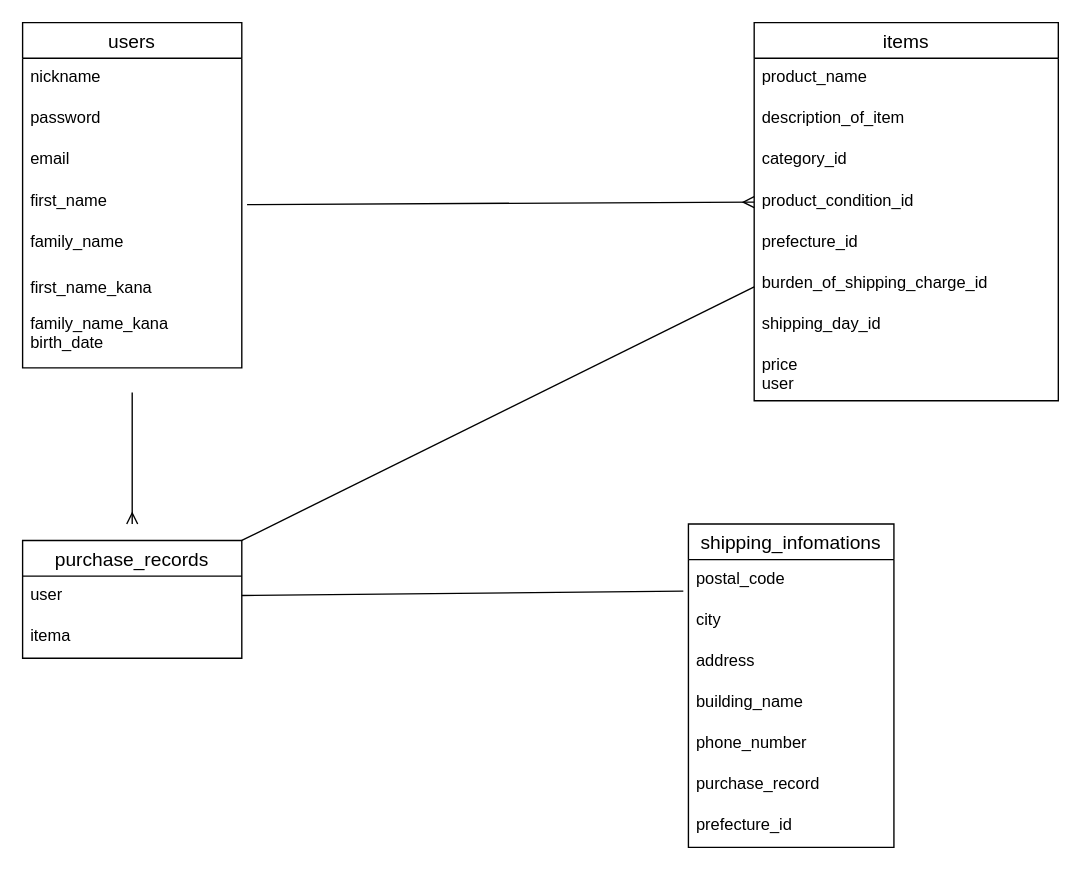
Before: page "ページ1" (1 of 2) of app/sample.dio in hayasitakahiro/furima-38152, a draw.io diagram. Source tidied: cells renumbered, new cells numbered last; positions are measured from the earlier drawing's top-left corner, leaving out a move shared by most shapes. Both pictures are drawn from the tidied source at 137%, with x=0, y=0 at pixel (22, 22).
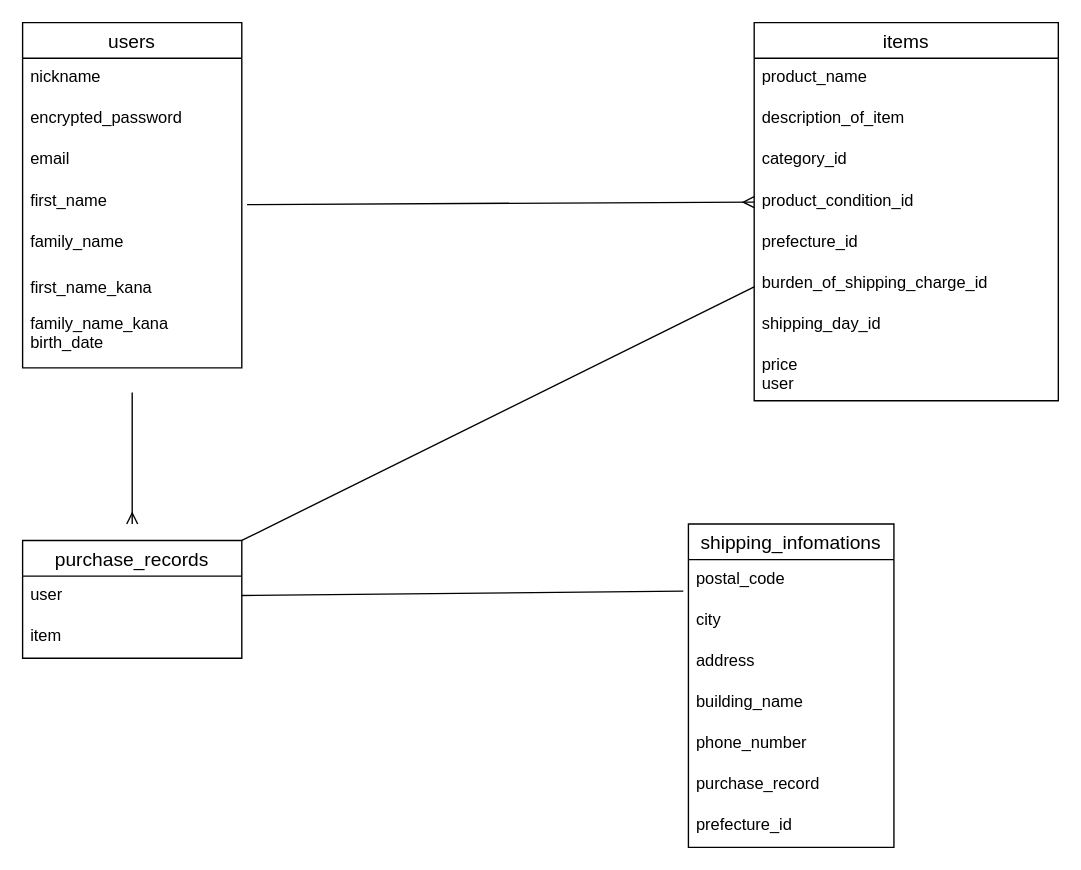
The same page after the edit.

The change refers to these unchanged cells:
```xml
<mxCell id="11" value="users" style="swimlane;fontStyle=0;horizontal=1;startSize=26;align=center;fontSize=14;" parent="1" vertex="1">
  <mxGeometry width="160" height="252" as="geometry" />
</mxCell>
<mxCell id="16" value="purchase_records" style="swimlane;fontStyle=0;horizontal=1;startSize=26;align=center;fontSize=14;" parent="1" vertex="1">
  <mxGeometry y="378" width="160" height="86" as="geometry" />
</mxCell>
```

Diff of the diagram source:
```diff
@@
-    <mxCell id="13" value="password" style="text;strokeColor=none;fillColor=none;spacingLeft=4;spacingRight=4;overflow=hidden;fontSize=12;" parent="11" vertex="1">
+    <mxCell id="13" value="encrypted_password" style="text;strokeColor=none;fillColor=none;spacingLeft=4;spacingRight=4;overflow=hidden;fontSize=12;" parent="11" vertex="1">
       <mxGeometry y="56" width="160" height="30" as="geometry" />
     </mxCell>
@@
-    <mxCell id="18" value="itema" style="text;strokeColor=none;fillColor=none;spacingLeft=4;spacingRight=4;overflow=hidden;fontSize=12;" parent="16" vertex="1">
+    <mxCell id="18" value="item" style="text;strokeColor=none;fillColor=none;spacingLeft=4;spacingRight=4;overflow=hidden;fontSize=12;" parent="16" vertex="1">
       <mxGeometry y="56" width="160" height="30" as="geometry" />
     </mxCell>
```
